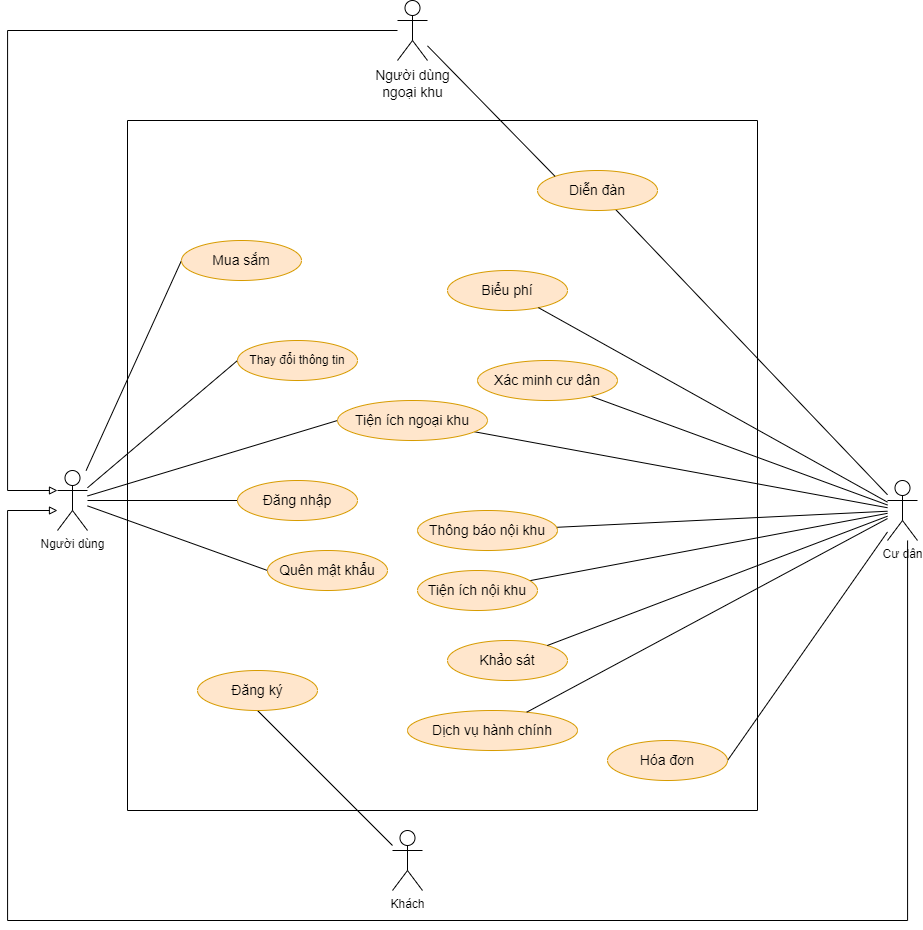
kienndhn/draw-io keeps this draw.io diagram as usecase diagram/use case tông quan.drawio.png. Above is the earlier version. Source tidied: cells renumbered, new cells last; positions are measured from the earlier drawing's top-left corner, leaving out a move shared by most shapes.
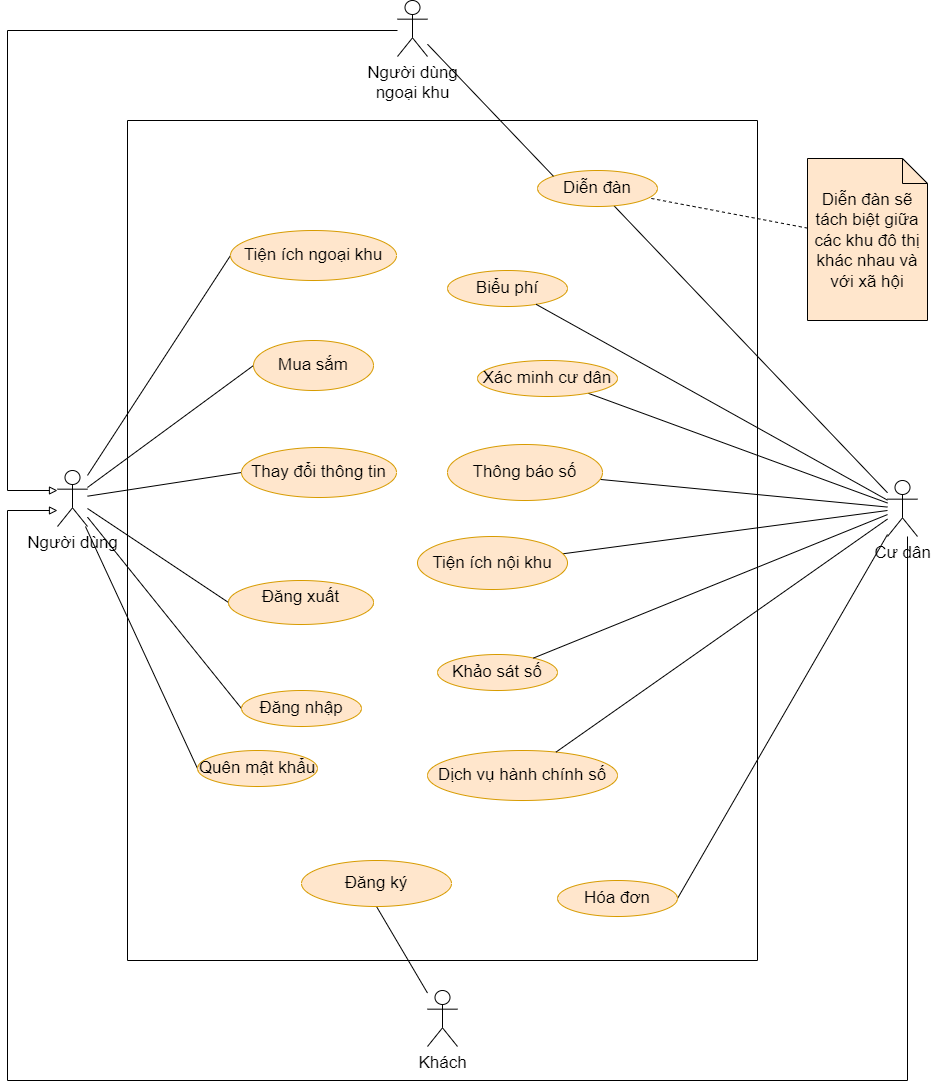
After the commit.

The edit, as a diff of the source:
```diff
@@ -2,19 +2,19 @@
   <root>
     <mxCell id="0" />
     <mxCell id="1" parent="0" />
-    <mxCell id="2" style="edgeStyle=none;rounded=0;jettySize=auto;html=1;entryX=0;entryY=0.5;entryDx=0;entryDy=0;endArrow=none;endFill=0;" parent="1" edge="1" source="8" target="22">
+    <mxCell id="2" style="edgeStyle=none;rounded=0;jettySize=auto;html=1;entryX=0;entryY=0.5;entryDx=0;entryDy=0;endArrow=none;endFill=0;fontSize=17;" parent="1" edge="1" source="8" target="22">
       <mxGeometry relative="1" as="geometry" />
     </mxCell>
-    <mxCell id="3" style="edgeStyle=none;rounded=0;jettySize=auto;html=1;entryX=0;entryY=0.5;entryDx=0;entryDy=0;endArrow=none;endFill=0;" parent="1" edge="1" source="8" target="21">
+    <mxCell id="3" style="edgeStyle=none;rounded=0;jettySize=auto;html=1;entryX=0;entryY=0.5;entryDx=0;entryDy=0;endArrow=none;endFill=0;fontSize=17;" parent="1" edge="1" source="8" target="21">
       <mxGeometry relative="1" as="geometry" />
     </mxCell>
-    <mxCell id="4" style="edgeStyle=none;rounded=0;jettySize=auto;html=1;entryX=0;entryY=0.5;entryDx=0;entryDy=0;endArrow=none;endFill=0;" parent="1" edge="1" source="8" target="23">
+    <mxCell id="4" style="edgeStyle=none;rounded=0;jettySize=auto;html=1;entryX=0;entryY=0.5;entryDx=0;entryDy=0;endArrow=none;endFill=0;fontSize=17;" parent="1" edge="1" source="8" target="23">
       <mxGeometry relative="1" as="geometry" />
     </mxCell>
-    <mxCell id="5" style="edgeStyle=none;rounded=0;jettySize=auto;html=1;entryX=0;entryY=0.5;entryDx=0;entryDy=0;endArrow=none;endFill=0;" parent="1" edge="1" source="8" target="20">
+    <mxCell id="5" style="edgeStyle=none;rounded=0;jettySize=auto;html=1;entryX=0;entryY=0.5;entryDx=0;entryDy=0;endArrow=none;endFill=0;fontSize=17;" parent="1" edge="1" source="8" target="20">
       <mxGeometry relative="1" as="geometry" />
     </mxCell>
-    <mxCell id="6" style="edgeStyle=orthogonalEdgeStyle;rounded=0;jettySize=auto;html=1;startArrow=block;startFill=0;endArrow=none;endFill=0;" parent="1" edge="1" source="8" target="35">
+    <mxCell id="6" style="edgeStyle=orthogonalEdgeStyle;rounded=0;jettySize=auto;html=1;startArrow=block;startFill=0;endArrow=none;endFill=0;fontSize=17;" parent="1" edge="1" source="8" target="35">
       <mxGeometry relative="1" as="geometry">
         <Array as="points">
           <mxPoint y="490" />
@@ -22,107 +22,116 @@
         </Array>
       </mxGeometry>
     </mxCell>
-    <mxCell id="7" style="edgeStyle=none;rounded=0;jettySize=auto;html=1;entryX=0;entryY=0.5;entryDx=0;entryDy=0;strokeWidth=1;endArrow=none;endFill=0;" parent="1" edge="1" source="8" target="27">
+    <mxCell id="7" style="edgeStyle=none;rounded=0;jettySize=auto;html=1;entryX=0;entryY=0.5;entryDx=0;entryDy=0;strokeWidth=1;endArrow=none;endFill=0;fontSize=17;" parent="1" edge="1" source="8" target="27">
       <mxGeometry relative="1" as="geometry" />
     </mxCell>
+    <mxCell id="39" style="edgeStyle=none;rounded=0;jettySize=auto;html=1;entryX=0;entryY=0.5;entryDx=0;entryDy=0;strokeWidth=1;fontSize=17;endArrow=none;endFill=0;" parent="1" edge="1" source="8" target="40">
+      <mxGeometry relative="1" as="geometry" />
+    </mxCell>
-    <mxCell id="8" value="Người dùng" style="shape=umlActor;verticalLabelPosition=bottom;verticalAlign=top;html=1;outlineConnect=0;" parent="1" vertex="1">
-      <mxGeometry x="50" y="470" width="30" height="60" as="geometry" />
+    <mxCell id="8" value="Người dùng" style="shape=umlActor;verticalLabelPosition=bottom;verticalAlign=top;html=1;outlineConnect=0;fontSize=17;" parent="1" vertex="1">
+      <mxGeometry x="50" y="470" width="30" height="56" as="geometry" />
     </mxCell>
-    <mxCell id="9" style="rounded=0;jettySize=auto;html=1;entryX=0.5;entryY=1;entryDx=0;entryDy=0;endArrow=none;endFill=0;" parent="1" edge="1" source="10" target="24">
+    <mxCell id="9" style="rounded=0;jettySize=auto;html=1;entryX=0.5;entryY=1;entryDx=0;entryDy=0;endArrow=none;endFill=0;fontSize=17;" parent="1" edge="1" source="10" target="24">
       <mxGeometry relative="1" as="geometry" />
     </mxCell>
-    <mxCell id="10" value="Khách" style="shape=umlActor;verticalLabelPosition=bottom;verticalAlign=top;html=1;outlineConnect=0;" parent="1" vertex="1">
-      <mxGeometry x="385" y="830" width="30" height="60" as="geometry" />
+    <mxCell id="10" value="Khách" style="shape=umlActor;verticalLabelPosition=bottom;verticalAlign=top;html=1;outlineConnect=0;fontSize=17;" parent="1" vertex="1">
+      <mxGeometry x="420" y="990" width="30" height="56" as="geometry" />
     </mxCell>
-    <mxCell id="11" style="edgeStyle=orthogonalEdgeStyle;rounded=0;jettySize=auto;html=1;endArrow=block;endFill=0;" parent="1" edge="1" source="13" target="8">
+    <mxCell id="11" style="edgeStyle=orthogonalEdgeStyle;rounded=0;jettySize=auto;html=1;endArrow=block;endFill=0;fontSize=17;" parent="1" edge="1" source="13" target="8">
       <mxGeometry relative="1" as="geometry">
         <Array as="points">
-          <mxPoint x="900" y="920" />
-          <mxPoint y="920" />
+          <mxPoint x="900" y="1080" />
+          <mxPoint y="1080" />
           <mxPoint y="510" />
         </Array>
       </mxGeometry>
     </mxCell>
-    <mxCell id="12" style="edgeStyle=none;rounded=0;jettySize=auto;html=1;entryX=1;entryY=0.5;entryDx=0;entryDy=0;startArrow=none;startFill=0;endArrow=none;endFill=0;" parent="1" edge="1" source="13" target="29">
+    <mxCell id="12" style="edgeStyle=none;rounded=0;jettySize=auto;html=1;entryX=1;entryY=0.5;entryDx=0;entryDy=0;startArrow=none;startFill=0;endArrow=none;endFill=0;fontSize=17;" parent="1" edge="1" source="13" target="29">
       <mxGeometry relative="1" as="geometry" />
     </mxCell>
-    <mxCell id="13" value="Cư dân" style="shape=umlActor;verticalLabelPosition=bottom;verticalAlign=top;html=1;outlineConnect=0;" parent="1" vertex="1">
-      <mxGeometry x="880" y="480" width="30" height="60" as="geometry" />
+    <mxCell id="13" value="Cư dân" style="shape=umlActor;verticalLabelPosition=bottom;verticalAlign=top;html=1;outlineConnect=0;fontSize=17;" parent="1" vertex="1">
+      <mxGeometry x="880" y="480" width="30" height="56" as="geometry" />
     </mxCell>
-    <mxCell id="14" style="rounded=0;jettySize=auto;html=1;startArrow=none;startFill=0;endArrow=none;endFill=0;" parent="1" edge="1" source="28" target="13">
+    <mxCell id="14" style="rounded=0;jettySize=auto;html=1;startArrow=none;startFill=0;endArrow=none;endFill=0;fontSize=17;" parent="1" edge="1" source="28" target="13">
       <mxGeometry relative="1" as="geometry" />
     </mxCell>
-    <mxCell id="15" style="edgeStyle=none;rounded=0;jettySize=auto;html=1;startArrow=none;startFill=0;endArrow=none;endFill=0;" parent="1" edge="1" source="27" target="13">
-      <mxGeometry relative="1" as="geometry" />
-    </mxCell>
-    <mxCell id="16" style="edgeStyle=none;rounded=0;jettySize=auto;html=1;startArrow=none;startFill=0;endArrow=none;endFill=0;" parent="1" edge="1" source="31" target="13">
+    <mxCell id="16" style="edgeStyle=none;rounded=0;jettySize=auto;html=1;startArrow=none;startFill=0;endArrow=none;endFill=0;fontSize=17;" parent="1" edge="1" source="31" target="13">
       <mxGeometry relative="1" as="geometry" />
     </mxCell>
-    <mxCell id="17" style="edgeStyle=none;rounded=0;jettySize=auto;html=1;startArrow=none;startFill=0;endArrow=none;endFill=0;" parent="1" edge="1" source="26" target="13">
+    <mxCell id="17" style="edgeStyle=none;rounded=0;jettySize=auto;html=1;startArrow=none;startFill=0;endArrow=none;endFill=0;fontSize=17;" parent="1" edge="1" source="26" target="13">
       <mxGeometry relative="1" as="geometry" />
     </mxCell>
-    <mxCell id="18" style="edgeStyle=none;rounded=0;jettySize=auto;html=1;startArrow=none;startFill=0;endArrow=none;endFill=0;" parent="1" edge="1" source="25" target="13">
+    <mxCell id="18" style="edgeStyle=none;rounded=0;jettySize=auto;html=1;startArrow=none;startFill=0;endArrow=none;endFill=0;fontSize=17;" parent="1" edge="1" source="25" target="13">
       <mxGeometry relative="1" as="geometry" />
     </mxCell>
-    <mxCell id="19" style="swimlane;startSize=0;" parent="1" vertex="1">
-      <mxGeometry x="120" y="120" width="630" height="690" as="geometry" />
+    <mxCell id="19" style="swimlane;startSize=0;fontSize=17;" parent="1" vertex="1">
+      <mxGeometry x="120" y="120" width="630" height="840" as="geometry" />
     </mxCell>
-    <mxCell id="20" value="&lt;font style=&quot;font-size: 14px;&quot;&gt;Mua sắm&lt;/font&gt;" style="ellipse;whiteSpace=wrap;html=1;fillColor=#ffe6cc;strokeColor=#d79b00;" parent="19" vertex="1">
-      <mxGeometry x="54" y="120" width="120" height="40" as="geometry" />
+    <mxCell id="20" value="&lt;font style=&quot;font-size: 17px;&quot;&gt;Mua sắm&lt;/font&gt;" style="ellipse;whiteSpace=wrap;html=1;fillColor=#ffe6cc;strokeColor=#d79b00;fontSize=17;" parent="19" vertex="1">
+      <mxGeometry x="126" y="220" width="120" height="50" as="geometry" />
     </mxCell>
-    <mxCell id="21" value="Thay đổi thông tin" style="ellipse;whiteSpace=wrap;html=1;fillColor=#ffe6cc;strokeColor=#d79b00;" parent="19" vertex="1">
-      <mxGeometry x="110" y="220" width="120" height="40" as="geometry" />
+    <mxCell id="21" value="Thay đổi thông tin" style="ellipse;whiteSpace=wrap;html=1;fillColor=#ffe6cc;strokeColor=#d79b00;fontSize=17;" parent="19" vertex="1">
+      <mxGeometry x="114" y="327" width="155" height="50" as="geometry" />
     </mxCell>
-    <mxCell id="22" value="&lt;font style=&quot;font-size: 14px;&quot;&gt;Đăng nhập&lt;/font&gt;" style="ellipse;whiteSpace=wrap;html=1;fillColor=#ffe6cc;strokeColor=#d79b00;" parent="19" vertex="1">
-      <mxGeometry x="110" y="360" width="120" height="40" as="geometry" />
+    <mxCell id="22" value="&lt;font style=&quot;font-size: 17px;&quot;&gt;Đăng nhập&lt;/font&gt;" style="ellipse;whiteSpace=wrap;html=1;fillColor=#ffe6cc;strokeColor=#d79b00;fontSize=17;" parent="19" vertex="1">
+      <mxGeometry x="114" y="570" width="120" height="36" as="geometry" />
     </mxCell>
-    <mxCell id="23" value="&lt;font style=&quot;font-size: 14px;&quot;&gt;Quên mật khẩu&lt;/font&gt;" style="ellipse;whiteSpace=wrap;html=1;fillColor=#ffe6cc;strokeColor=#d79b00;" parent="19" vertex="1">
-      <mxGeometry x="140" y="430" width="120" height="40" as="geometry" />
+    <mxCell id="23" value="&lt;font style=&quot;font-size: 17px;&quot;&gt;Quên mật khẩu&lt;/font&gt;" style="ellipse;whiteSpace=wrap;html=1;fillColor=#ffe6cc;strokeColor=#d79b00;fontSize=17;" parent="19" vertex="1">
+      <mxGeometry x="70" y="630" width="120" height="36" as="geometry" />
     </mxCell>
-    <mxCell id="24" value="&lt;font style=&quot;font-size: 14px;&quot;&gt;Đăng ký&lt;/font&gt;" style="ellipse;whiteSpace=wrap;html=1;fillColor=#ffe6cc;strokeColor=#d79b00;" parent="19" vertex="1">
-      <mxGeometry x="70" y="550" width="120" height="40" as="geometry" />
+    <mxCell id="24" value="&lt;font style=&quot;font-size: 17px;&quot;&gt;Đăng ký&lt;/font&gt;" style="ellipse;whiteSpace=wrap;html=1;fillColor=#ffe6cc;strokeColor=#d79b00;fontSize=17;" parent="19" vertex="1">
+      <mxGeometry x="174" y="740" width="150" height="46" as="geometry" />
     </mxCell>
-    <mxCell id="25" value="&lt;font style=&quot;font-size: 14px;&quot;&gt;Diễn đàn&lt;/font&gt;" style="ellipse;whiteSpace=wrap;html=1;fillColor=#ffe6cc;strokeColor=#d79b00;" parent="19" vertex="1">
-      <mxGeometry x="410" y="50" width="120" height="40" as="geometry" />
+    <mxCell id="25" value="&lt;font style=&quot;font-size: 17px;&quot;&gt;Diễn đàn&lt;/font&gt;" style="ellipse;whiteSpace=wrap;html=1;fillColor=#ffe6cc;strokeColor=#d79b00;fontSize=17;" parent="19" vertex="1">
+      <mxGeometry x="410" y="50" width="120" height="36" as="geometry" />
     </mxCell>
-    <mxCell id="26" value="&lt;font style=&quot;font-size: 14px;&quot;&gt;Tiện ích nội khu&lt;/font&gt;" style="ellipse;whiteSpace=wrap;html=1;fillColor=#ffe6cc;strokeColor=#d79b00;" parent="19" vertex="1">
-      <mxGeometry x="290" y="450" width="120" height="40" as="geometry" />
+    <mxCell id="26" value="&lt;font style=&quot;font-size: 17px;&quot;&gt;Tiện ích nội khu&lt;/font&gt;" style="ellipse;whiteSpace=wrap;html=1;fillColor=#ffe6cc;strokeColor=#d79b00;fontSize=17;" parent="19" vertex="1">
+      <mxGeometry x="290" y="416" width="150" height="53" as="geometry" />
     </mxCell>
-    <mxCell id="27" value="&lt;font style=&quot;font-size: 14px;&quot;&gt;Tiện ích ngoại khu&lt;/font&gt;" style="ellipse;whiteSpace=wrap;html=1;fillColor=#ffe6cc;strokeColor=#d79b00;" parent="19" vertex="1">
-      <mxGeometry x="210" y="280" width="150" height="40" as="geometry" />
+    <mxCell id="27" value="&lt;font style=&quot;font-size: 17px;&quot;&gt;Tiện ích ngoại khu&lt;/font&gt;" style="ellipse;whiteSpace=wrap;html=1;fillColor=#ffe6cc;strokeColor=#d79b00;fontSize=17;" parent="19" vertex="1">
+      <mxGeometry x="103" y="110" width="166" height="50" as="geometry" />
     </mxCell>
-    <mxCell id="28" value="&lt;font style=&quot;font-size: 14px;&quot;&gt;Xác minh cư dân&lt;/font&gt;" style="ellipse;whiteSpace=wrap;html=1;fillColor=#ffe6cc;strokeColor=#d79b00;" parent="19" vertex="1">
-      <mxGeometry x="350" y="240" width="140" height="40" as="geometry" />
+    <mxCell id="28" value="&lt;font style=&quot;font-size: 17px;&quot;&gt;Xác minh cư dân&lt;/font&gt;" style="ellipse;whiteSpace=wrap;html=1;fillColor=#ffe6cc;strokeColor=#d79b00;fontSize=17;" parent="19" vertex="1">
+      <mxGeometry x="350" y="240" width="140" height="36" as="geometry" />
     </mxCell>
-    <mxCell id="29" value="&lt;font style=&quot;font-size: 14px;&quot;&gt;Hóa đơn&lt;/font&gt;" style="ellipse;whiteSpace=wrap;html=1;fillColor=#ffe6cc;strokeColor=#d79b00;" parent="19" vertex="1">
-      <mxGeometry x="480" y="620" width="120" height="40" as="geometry" />
+    <mxCell id="29" value="&lt;font style=&quot;font-size: 17px;&quot;&gt;Hóa đơn&lt;/font&gt;" style="ellipse;whiteSpace=wrap;html=1;fillColor=#ffe6cc;strokeColor=#d79b00;fontSize=17;" parent="19" vertex="1">
+      <mxGeometry x="430" y="760" width="120" height="36" as="geometry" />
     </mxCell>
-    <mxCell id="30" value="&lt;font style=&quot;font-size: 14px;&quot;&gt;Biểu phí&lt;/font&gt;" style="ellipse;whiteSpace=wrap;html=1;fillColor=#ffe6cc;strokeColor=#d79b00;" parent="19" vertex="1">
-      <mxGeometry x="320" y="150" width="120" height="40" as="geometry" />
+    <mxCell id="30" value="&lt;font style=&quot;font-size: 17px;&quot;&gt;Biểu phí&lt;/font&gt;" style="ellipse;whiteSpace=wrap;html=1;fillColor=#ffe6cc;strokeColor=#d79b00;fontSize=17;" parent="19" vertex="1">
+      <mxGeometry x="320" y="150" width="120" height="36" as="geometry" />
     </mxCell>
-    <mxCell id="31" value="&lt;font style=&quot;font-size: 14px;&quot;&gt;Thông báo nội khu&lt;/font&gt;" style="ellipse;whiteSpace=wrap;html=1;fillColor=#ffe6cc;strokeColor=#d79b00;" parent="19" vertex="1">
-      <mxGeometry x="290" y="390" width="140" height="40" as="geometry" />
+    <mxCell id="31" value="&lt;font style=&quot;font-size: 17px;&quot;&gt;Thông báo số&lt;/font&gt;" style="ellipse;whiteSpace=wrap;html=1;fillColor=#ffe6cc;strokeColor=#d79b00;fontSize=17;" parent="19" vertex="1">
+      <mxGeometry x="320" y="324" width="155" height="56" as="geometry" />
     </mxCell>
-    <mxCell id="32" value="&lt;font style=&quot;font-size: 14px;&quot;&gt;Khảo sát&lt;/font&gt;" style="ellipse;whiteSpace=wrap;html=1;fillColor=#ffe6cc;strokeColor=#d79b00;" parent="19" vertex="1">
-      <mxGeometry x="320" y="520" width="120" height="40" as="geometry" />
+    <mxCell id="32" value="&lt;font style=&quot;font-size: 17px;&quot;&gt;Khảo sát số&lt;/font&gt;" style="ellipse;whiteSpace=wrap;html=1;fillColor=#ffe6cc;strokeColor=#d79b00;fontSize=17;" parent="19" vertex="1">
+      <mxGeometry x="310" y="534" width="120" height="36" as="geometry" />
     </mxCell>
-    <mxCell id="33" value="&lt;font style=&quot;font-size: 14px;&quot;&gt;Dịch vụ hành chính&lt;/font&gt;" style="ellipse;whiteSpace=wrap;html=1;fillColor=#ffe6cc;strokeColor=#d79b00;" parent="19" vertex="1">
-      <mxGeometry x="280" y="590" width="170" height="40" as="geometry" />
+    <mxCell id="33" value="&lt;font style=&quot;font-size: 17px;&quot;&gt;Dịch vụ hành chính số&lt;/font&gt;" style="ellipse;whiteSpace=wrap;html=1;fillColor=#ffe6cc;strokeColor=#d79b00;fontSize=17;" parent="19" vertex="1">
+      <mxGeometry x="300" y="630" width="190" height="50" as="geometry" />
     </mxCell>
+    <mxCell id="40" value="Đăng xuất" style="ellipse;whiteSpace=wrap;html=1;fontSize=17;verticalAlign=top;fillColor=#ffe6cc;strokeColor=#d79b00;" parent="19" vertex="1">
+      <mxGeometry x="101" y="460" width="145" height="44" as="geometry" />
+    </mxCell>
-    <mxCell id="34" style="edgeStyle=none;rounded=0;jettySize=auto;html=1;entryX=0;entryY=0;entryDx=0;entryDy=0;strokeWidth=1;endArrow=none;endFill=0;" parent="1" edge="1" source="35" target="25">
+    <mxCell id="34" style="edgeStyle=none;rounded=0;jettySize=auto;html=1;entryX=0;entryY=0;entryDx=0;entryDy=0;strokeWidth=1;endArrow=none;endFill=0;fontSize=17;" parent="1" edge="1" source="35" target="25">
       <mxGeometry relative="1" as="geometry" />
     </mxCell>
-    <mxCell id="35" value="&lt;font style=&quot;font-size: 14px;&quot;&gt;Người dùng &lt;br&gt;ngoại khu&lt;/font&gt;" style="shape=umlActor;verticalLabelPosition=bottom;verticalAlign=top;html=1;outlineConnect=0;" parent="1" vertex="1">
-      <mxGeometry x="390" width="30" height="60" as="geometry" />
+    <mxCell id="35" value="&lt;font style=&quot;font-size: 17px;&quot;&gt;Người dùng &lt;br style=&quot;font-size: 17px;&quot;&gt;ngoại khu&lt;/font&gt;" style="shape=umlActor;verticalLabelPosition=bottom;verticalAlign=top;html=1;outlineConnect=0;fontSize=17;" parent="1" vertex="1">
+      <mxGeometry x="390" width="30" height="56" as="geometry" />
     </mxCell>
-    <mxCell id="36" style="rounded=0;jettySize=auto;html=1;startArrow=none;startFill=0;endArrow=none;endFill=0;" parent="1" edge="1" source="30" target="13">
+    <mxCell id="36" style="rounded=0;jettySize=auto;html=1;startArrow=none;startFill=0;endArrow=none;endFill=0;fontSize=17;" parent="1" edge="1" source="30" target="13">
       <mxGeometry relative="1" as="geometry" />
     </mxCell>
-    <mxCell id="37" style="edgeStyle=none;rounded=0;jettySize=auto;html=1;startArrow=none;startFill=0;endArrow=none;endFill=0;" parent="1" edge="1" source="32" target="13">
+    <mxCell id="37" style="edgeStyle=none;rounded=0;jettySize=auto;html=1;startArrow=none;startFill=0;endArrow=none;endFill=0;fontSize=17;" parent="1" edge="1" source="32" target="13">
       <mxGeometry relative="1" as="geometry" />
     </mxCell>
-    <mxCell id="38" style="edgeStyle=none;rounded=0;jettySize=auto;html=1;startArrow=none;startFill=0;endArrow=none;endFill=0;" parent="1" edge="1" source="33" target="13">
+    <mxCell id="38" style="edgeStyle=none;rounded=0;jettySize=auto;html=1;startArrow=none;startFill=0;endArrow=none;endFill=0;fontSize=17;" parent="1" edge="1" source="33" target="13">
       <mxGeometry relative="1" as="geometry" />
     </mxCell>
+    <mxCell id="41" style="edgeStyle=none;rounded=0;jettySize=auto;html=1;strokeWidth=1;fontSize=17;endArrow=none;endFill=0;dashed=1;" parent="1" edge="1" source="42" target="25">
+      <mxGeometry relative="1" as="geometry" />
+    </mxCell>
+    <mxCell id="42" value="Diễn đàn sẽ tách biệt giữa các khu đô thị khác nhau và với xã hội" style="shape=note2;boundedLbl=1;whiteSpace=wrap;html=1;size=25;verticalAlign=top;align=center;fontSize=17;fillColor=#ffe6cc;" parent="1" vertex="1">
+      <mxGeometry x="800" y="158" width="120" height="162" as="geometry" />
+    </mxCell>
   </root>
 </mxGraphModel>
```
